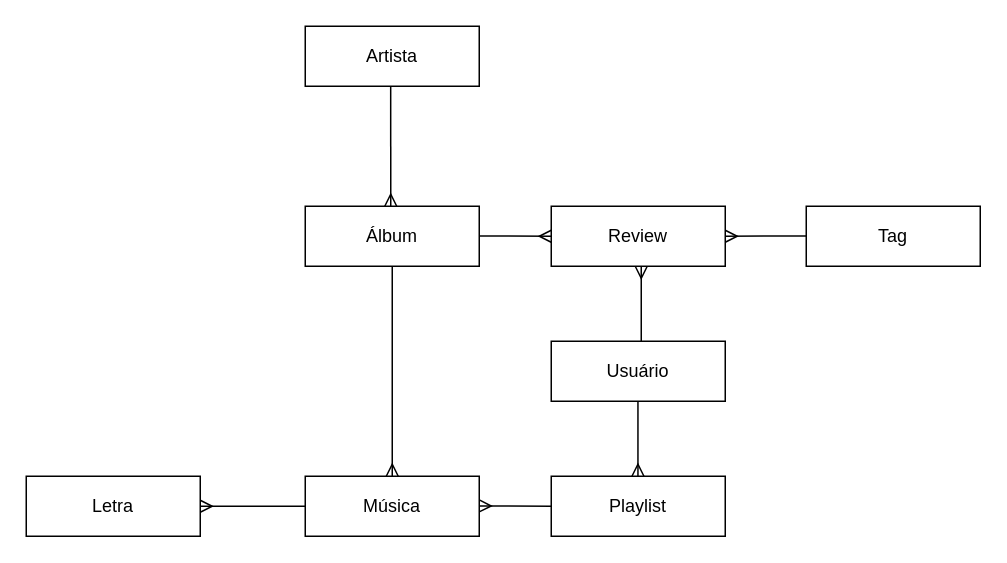
Earlier version of the draw.io diagram modelo-backend.drawio (joao1824/Projeto_Back_End_api). Source tidied: cells renumbered, new cells numbered last; positions are measured from the earlier drawing's top-left corner, leaving out a move shared by most shapes. Both pictures are drawn from the tidied source at 150%, with x=0, y=0 at pixel (26, 26).
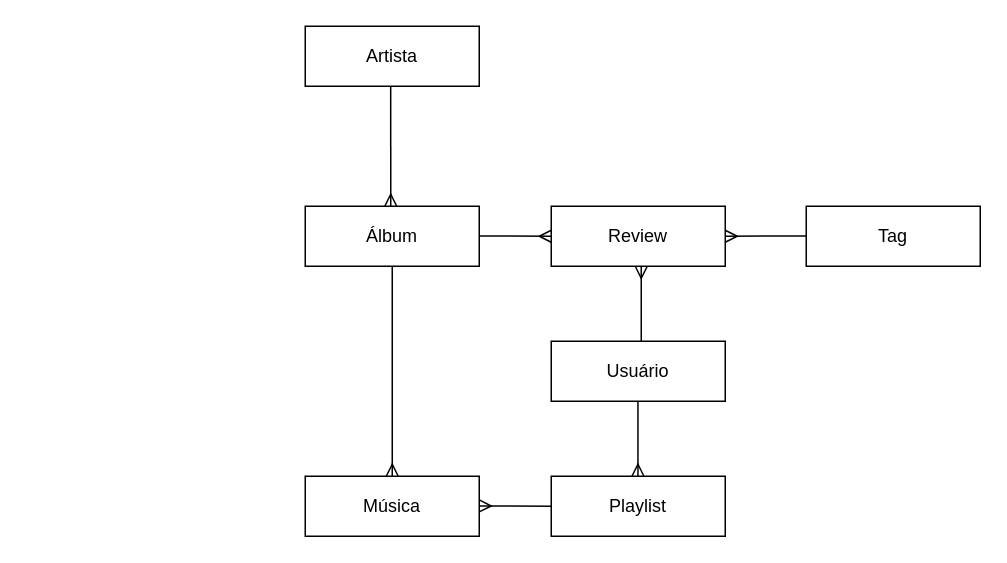
The same page after the edit.

The change refers to these unchanged cells:
```xml
<mxCell id="2" value="Música" style="whiteSpace=wrap;html=1;align=center;" parent="1" vertex="1">
  <mxGeometry x="186" y="300" width="116" height="40" as="geometry" />
</mxCell>
```

What changed in the source:
```diff
@@
-    <mxCell id="14" value="Letra" style="whiteSpace=wrap;html=1;align=center;" parent="1" vertex="1">
-      <mxGeometry y="300" width="116" height="40" as="geometry" />
-    </mxCell>
-    <mxCell id="15" style="fontSize=12;html=1;endArrow=none;rounded=0;startArrow=ERmany;startFill=0;endFill=0;exitX=1;exitY=0.5;exitDx=0;exitDy=0;entryX=0;entryY=0.5;entryDx=0;entryDy=0;" parent="1" edge="1" source="14" target="2">
-      <mxGeometry relative="1" as="geometry" />
-    </mxCell>
```
